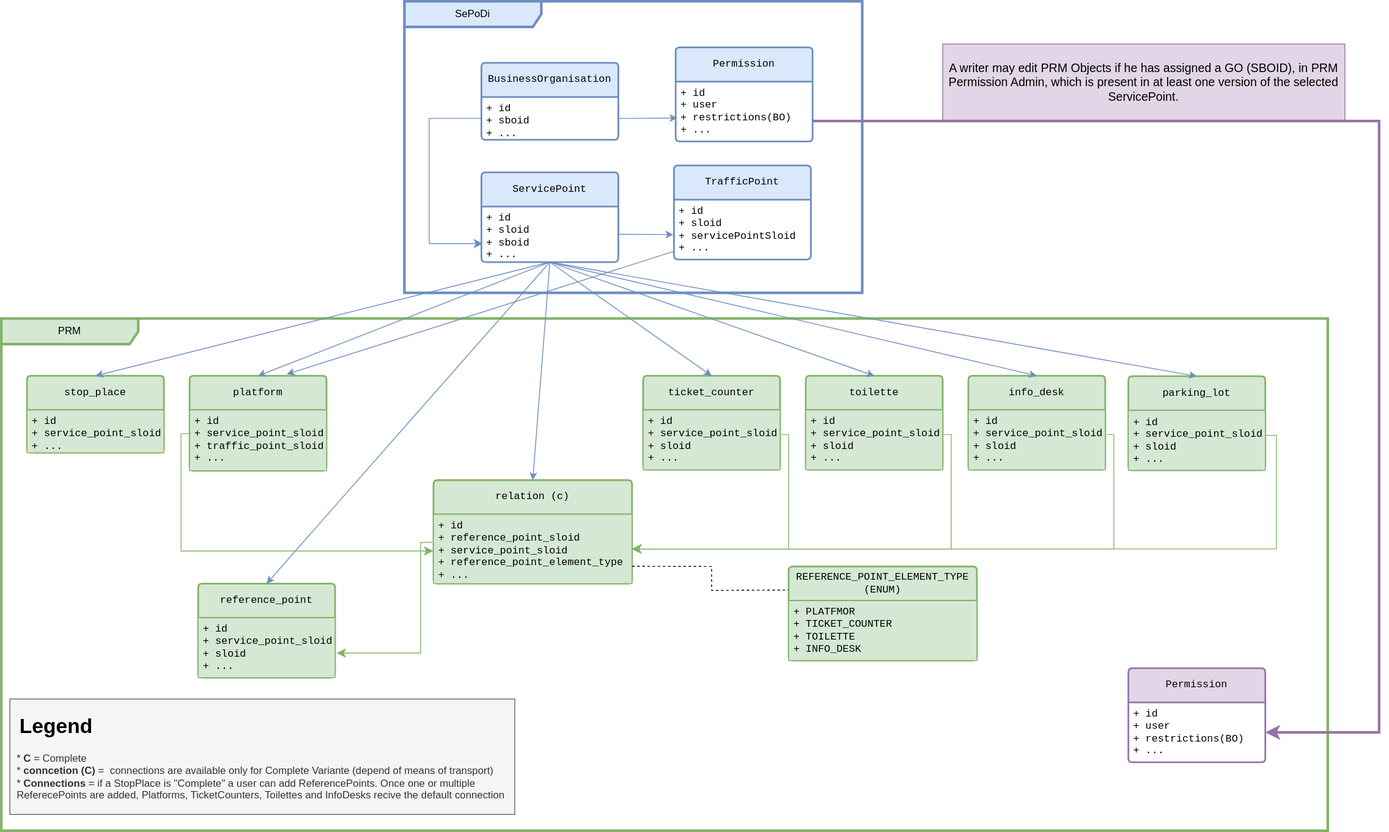
SchweizerischeBundesbahnen/atlas keeps this draw.io diagram as prm-directory/documentation/PRM-DB-Compact.drawio.svg. Above is the earlier version. Source tidied: cells renumbered, new cells last; positions are measured from the earlier drawing's top-left corner, leaving out a move shared by most shapes.
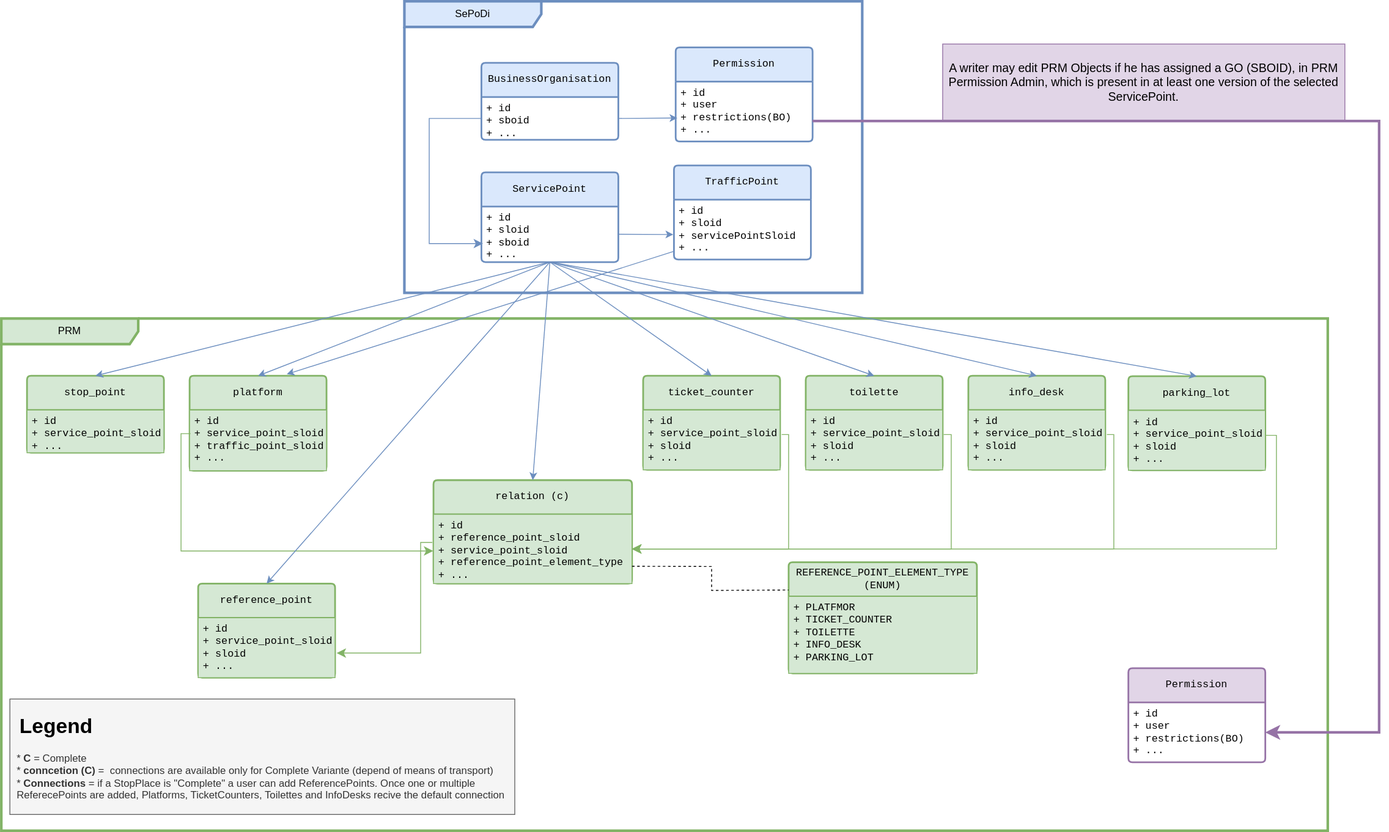
Later version of the same file.

Change to the diagram source:
```diff
@@ -45,7 +45,7 @@
     <mxCell id="14" value="PRM" style="shape=umlFrame;whiteSpace=wrap;html=1;width=160;fillColor=#d5e8d4;strokeColor=#82b366;strokeWidth=3;" parent="1" vertex="1">
       <mxGeometry y="371" width="1550" height="599" as="geometry" />
     </mxCell>
-    <mxCell id="15" value="stop_place" style="swimlane;horizontal=1;startSize=40;rounded=1;fontSize=12;fontStyle=0;strokeWidth=2;shadow=0;dashed=0;align=center;arcSize=4;whiteSpace=wrap;html=1;fontFamily=Courier New;fillColor=#d5e8d4;strokeColor=#82b366;" parent="14" vertex="1">
+    <mxCell id="15" value="stop_point" style="swimlane;horizontal=1;startSize=40;rounded=1;fontSize=12;fontStyle=0;strokeWidth=2;shadow=0;dashed=0;align=center;arcSize=4;whiteSpace=wrap;html=1;fontFamily=Courier New;fillColor=#d5e8d4;strokeColor=#82b366;" parent="14" vertex="1">
       <mxGeometry x="30" y="67" width="160" height="90" as="geometry" />
     </mxCell>
     <mxCell id="16" value="+ id&lt;br style=&quot;font-size: 12px;&quot;&gt;+ service_point_sloid&lt;br style=&quot;font-size: 12px;&quot;&gt;+ ..." style="align=left;strokeColor=#82b366;fillColor=#d5e8d4;spacingLeft=4;fontSize=12;verticalAlign=top;html=1;fontFamily=Courier New;" parent="15" vertex="1">
@@ -123,10 +123,10 @@
       </mxGeometry>
     </mxCell>
     <mxCell id="34" value="REFERENCE_POINT_ELEMENT_TYPE (ENUM)" style="swimlane;horizontal=1;startSize=40;rounded=1;fontSize=12;fontStyle=0;strokeWidth=2;shadow=0;dashed=0;align=center;arcSize=4;whiteSpace=wrap;html=1;fontFamily=Courier New;fillColor=#d5e8d4;strokeColor=#82b366;" parent="14" vertex="1">
-      <mxGeometry x="920" y="290" width="220" height="110" as="geometry" />
+      <mxGeometry x="920" y="285" width="220" height="130" as="geometry" />
     </mxCell>
-    <mxCell id="35" value="+ PLATFMOR&lt;br style=&quot;font-size: 12px;&quot;&gt;+ TICKET_COUNTER&lt;br&gt;+ TOILETTE&lt;br&gt;+ INFO_DESK" style="align=left;strokeColor=#82b366;fillColor=#d5e8d4;spacingLeft=4;fontSize=12;verticalAlign=top;html=1;fontFamily=Courier New;" parent="34" vertex="1">
-      <mxGeometry y="40" width="220" height="70" as="geometry" />
+    <mxCell id="35" value="+ PLATFMOR&lt;br style=&quot;font-size: 12px;&quot;&gt;+ TICKET_COUNTER&lt;br&gt;+ TOILETTE&lt;br&gt;+ INFO_DESK&lt;br&gt;+ PARKING_LOT" style="align=left;strokeColor=#82b366;fillColor=#d5e8d4;spacingLeft=4;fontSize=12;verticalAlign=top;html=1;fontFamily=Courier New;" parent="34" vertex="1">
+      <mxGeometry y="40" width="220" height="90" as="geometry" />
     </mxCell>
     <mxCell id="36" value="&lt;h1&gt;&lt;div style=&quot;border-color: var(--border-color); color: rgb(51, 51, 51); font-size: 10px; font-weight: 400;&quot;&gt;&lt;span style=&quot;background-color: initial; color: rgb(0, 0, 0); font-weight: bold;&quot;&gt;&lt;br&gt;&lt;/span&gt;&lt;/div&gt;&lt;div style=&quot;border-color: var(--border-color); color: rgb(51, 51, 51); font-size: 12px; font-weight: 400;&quot;&gt;&lt;span style=&quot;background-color: initial; font-size: 2em; color: rgb(0, 0, 0); font-weight: bold;&quot;&gt;&amp;nbsp;Legend&lt;/span&gt;&lt;br&gt;&lt;/div&gt;&lt;/h1&gt;&lt;div&gt;&amp;nbsp;* &lt;b&gt;C&lt;/b&gt; = Complete&lt;/div&gt;&lt;div&gt;&amp;nbsp;* &lt;b&gt;conncetion (C)&lt;/b&gt; =&amp;nbsp; connections are available only for Complete Variante (depend of means of transport)&lt;/div&gt;&lt;div&gt;&amp;nbsp;* &lt;b&gt;Connections&lt;/b&gt; = if a StopPlace is &quot;Complete&quot; a user can add ReferencePoints. Once one or multiple&amp;nbsp; &amp;nbsp; &amp;nbsp; &amp;nbsp; &amp;nbsp;ReferecePoints are added, Platforms, TicketCounters, Toilettes and InfoDesks recive the default connection&amp;nbsp;&lt;/div&gt;" style="text;html=1;strokeColor=#666666;fillColor=#f5f5f5;spacing=5;spacingTop=-20;whiteSpace=wrap;overflow=hidden;rounded=0;fontColor=#333333;" parent="14" vertex="1">
       <mxGeometry x="10" y="445" width="590" height="135" as="geometry" />
```
